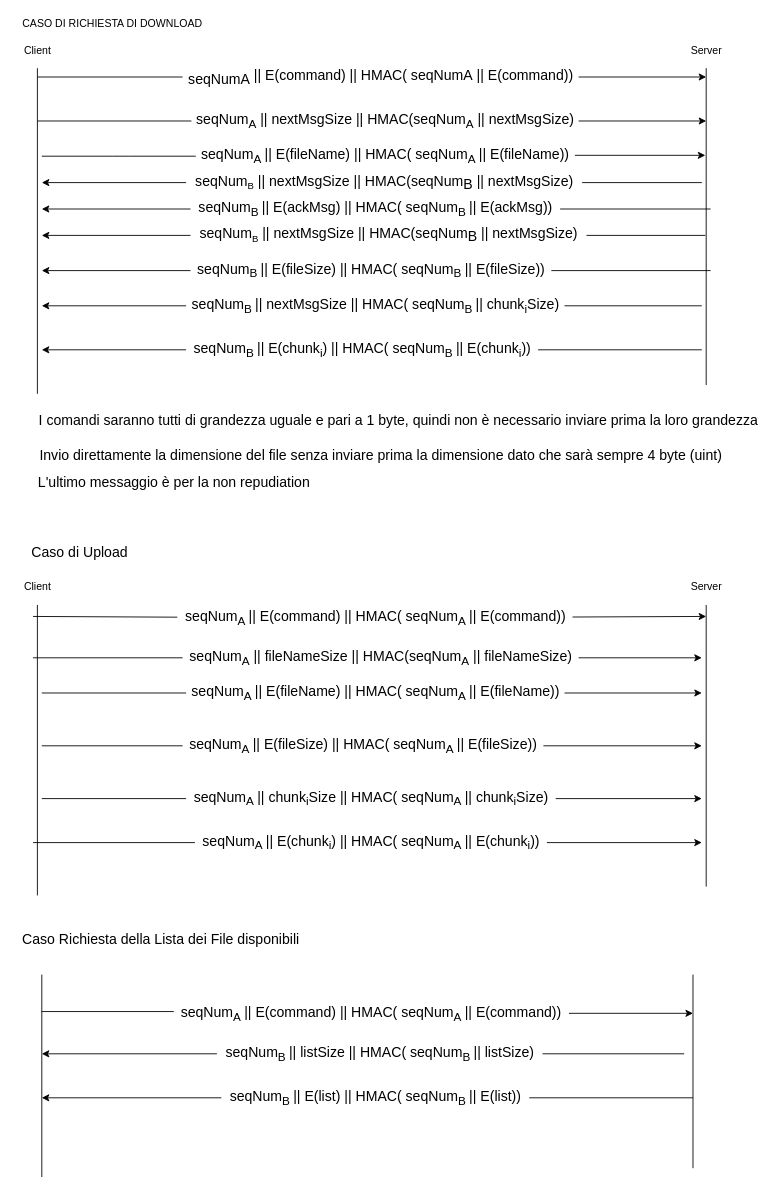
Above: schemes/SecondPhase.drawio in fontanellileonardo/Secure-File-Transfer (draw.io), before the change. Source tidied: cells renumbered, new cells numbered last; positions are measured from the earlier drawing's top-left corner, leaving out a move shared by most shapes. Both pictures are drawn from the tidied source at 88%, with x=0, y=0 at pixel (15, 15).
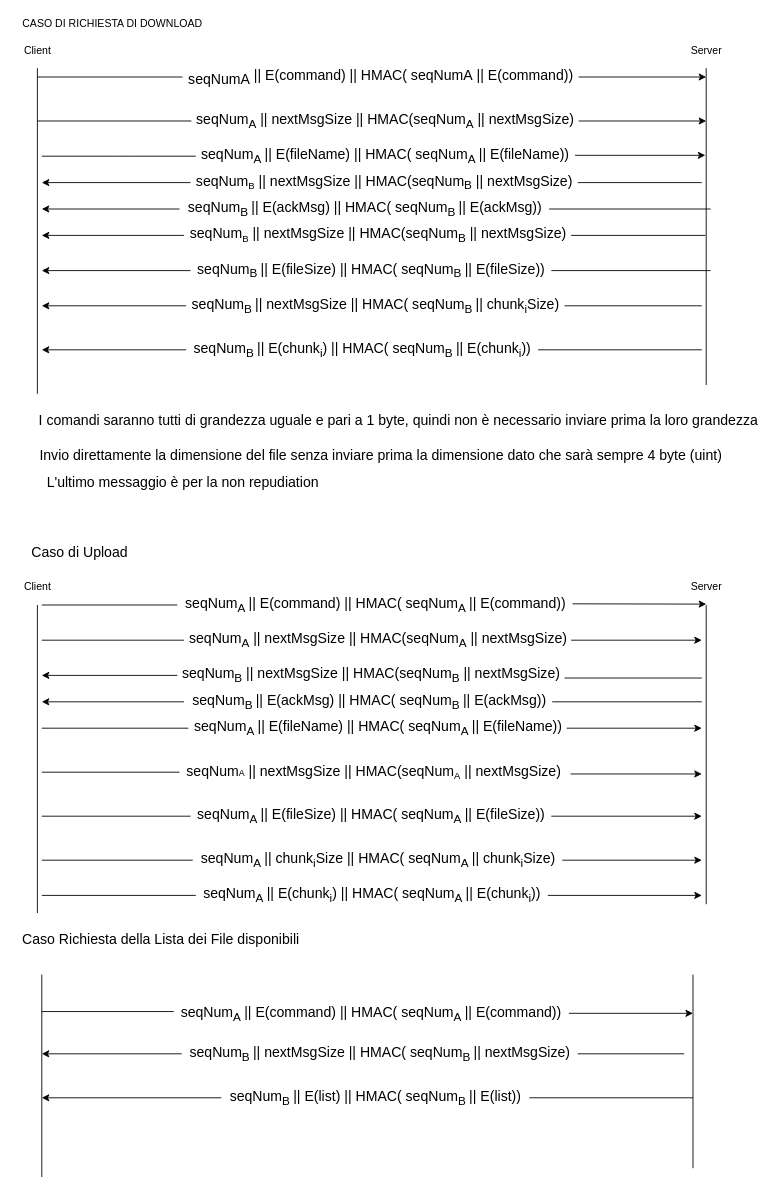
After the change.

Change to the diagram source:
```diff
@@
     <mxCell id="13" value="L'ultimo messaggio è per la non repudiation" style="text;html=1;align=center;verticalAlign=middle;fontSize=16;" parent="1" vertex="1">
-      <mxGeometry x="20" y="520" width="320" height="20" as="geometry" />
+      <mxGeometry x="30" y="520" width="320" height="20" as="geometry" />
     </mxCell>
@@
     <mxCell id="15" style="endArrow=none;html=1;" parent="1" edge="1">
       <mxGeometry relative="1" as="geometry">
-        <mxPoint x="25" y="1000" as="sourcePoint" />
+        <mxPoint x="25" y="1020" as="sourcePoint" />
         <mxPoint x="25" y="670" as="targetPoint" />
       </mxGeometry>
     </mxCell>
     <mxCell id="16" style="endArrow=none;html=1;" parent="1" edge="1">
       <mxGeometry relative="1" as="geometry">
-        <mxPoint x="785" y="990" as="sourcePoint" />
+        <mxPoint x="785" y="1010" as="sourcePoint" />
         <mxPoint x="785" y="670" as="targetPoint" />
       </mxGeometry>
     </mxCell>
@@
     <mxCell id="19" style="endArrow=classic;html=1;exitX=0.998;exitY=0.433;exitDx=0;exitDy=0;exitPerimeter=0;" parent="1" edge="1" source="38">
       <mxGeometry relative="1" as="geometry">
-        <mxPoint x="785" y="683" as="targetPoint" />
+        <mxPoint x="785" y="669" as="targetPoint" />
       </mxGeometry>
     </mxCell>
     <mxCell id="20" style="endArrow=classic;html=1;" parent="1" edge="1" source="40">
       <mxGeometry relative="1" as="geometry">
-        <mxPoint x="780" y="770" as="targetPoint" />
+        <mxPoint x="780" y="810" as="targetPoint" />
       </mxGeometry>
     </mxCell>
     <mxCell id="21" style="endArrow=classic;html=1;endFill=1;startArrow=none;startFill=0;" parent="1" edge="1" source="44">
       <mxGeometry relative="1" as="geometry">
-        <mxPoint x="780" y="890" as="targetPoint" />
+        <mxPoint x="780" y="960" as="targetPoint" />
       </mxGeometry>
     </mxCell>
     <mxCell id="22" style="endArrow=classic;html=1;fontSize=16;" parent="1" edge="1" source="46">
       <mxGeometry relative="1" as="geometry">
-        <mxPoint x="780" y="940" as="targetPoint" />
+        <mxPoint x="780" y="1000" as="targetPoint" />
       </mxGeometry>
     </mxCell>
     <mxCell id="23" style="endArrow=classic;html=1;fontSize=16;" parent="1" edge="1" source="42">
       <mxGeometry relative="1" as="geometry">
-        <mxPoint x="780" y="830" as="targetPoint" />
+        <mxPoint x="780" y="910" as="targetPoint" />
       </mxGeometry>
     </mxCell>
@@
     <mxCell id="38" value="&lt;font style=&quot;font-size: 16px&quot;&gt;seqNum&lt;span style=&quot;font-size: 16px&quot;&gt;&lt;sub&gt;A&lt;/sub&gt;&lt;/span&gt;&lt;sub&gt;&amp;nbsp;&lt;/sub&gt;|| E(command) ||&amp;nbsp;HMAC(&amp;nbsp;seqNum&lt;sub&gt;A&lt;/sub&gt;&lt;sub&gt;&amp;nbsp;&lt;/sub&gt;|| E(command))&lt;/font&gt;" style="text;html=1;align=center;verticalAlign=middle;points=[];" parent="1" vertex="1">
-      <mxGeometry x="184" y="675" width="450" height="20" as="geometry" />
+      <mxGeometry x="184" y="660" width="450" height="20" as="geometry" />
     </mxCell>
     <mxCell id="39" style="endArrow=none;html=1;endFill=0;" parent="1" edge="1" target="38">
       <mxGeometry relative="1" as="geometry">
-        <mxPoint x="20" y="683" as="sourcePoint" />
+        <mxPoint x="30" y="670" as="sourcePoint" />
       </mxGeometry>
     </mxCell>
     <mxCell id="40" value="&lt;font style=&quot;font-size: 16px&quot;&gt;&lt;span style=&quot;font-size: medium&quot;&gt;seqNum&lt;sub&gt;A&lt;/sub&gt;&lt;/span&gt;&lt;sub&gt;&amp;nbsp;&lt;/sub&gt;|| E(fileName) ||&amp;nbsp;HMAC(&amp;nbsp;&lt;span style=&quot;font-size: medium&quot;&gt;seqNum&lt;sub&gt;A&lt;/sub&gt;&lt;/span&gt;&lt;sub&gt;&amp;nbsp;&lt;/sub&gt;|| E(fileName))&lt;/font&gt;" style="text;html=1;align=center;verticalAlign=middle;points=[];" parent="1" vertex="1">
-      <mxGeometry x="194" y="760" width="430" height="20" as="geometry" />
+      <mxGeometry x="196.5" y="800" width="430" height="20" as="geometry" />
     </mxCell>
     <mxCell id="41" style="endArrow=none;html=1;endFill=0;" parent="1" edge="1" target="40">
       <mxGeometry relative="1" as="geometry">
-        <mxPoint x="30" y="770" as="sourcePoint" />
+        <mxPoint x="30" y="810" as="sourcePoint" />
       </mxGeometry>
     </mxCell>
     <mxCell id="42" value="&lt;font style=&quot;font-size: 16px&quot;&gt;seqNum&lt;sub&gt;A&lt;/sub&gt;&lt;sub&gt;&amp;nbsp;&lt;/sub&gt;|| E(fileSize) ||&amp;nbsp;HMAC(&amp;nbsp;seqNum&lt;sub&gt;A&lt;/sub&gt;&lt;sub&gt;&amp;nbsp;&lt;/sub&gt;|| E(fileSize))&lt;/font&gt;" style="text;html=1;align=center;verticalAlign=middle;points=[];" parent="1" vertex="1">
-      <mxGeometry x="190" y="820" width="410" height="20" as="geometry" />
+      <mxGeometry x="199" y="900" width="410" height="20" as="geometry" />
     </mxCell>
     <mxCell id="43" style="endArrow=none;html=1;fontSize=16;endFill=0;" parent="1" edge="1" target="42">
       <mxGeometry relative="1" as="geometry">
-        <mxPoint x="30" y="830" as="sourcePoint" />
+        <mxPoint x="30" y="910" as="sourcePoint" />
       </mxGeometry>
     </mxCell>
     <mxCell id="44" value="&lt;font style=&quot;font-size: 16px&quot;&gt;&lt;span style=&quot;font-size: medium&quot;&gt;seqNum&lt;/span&gt;&lt;sub&gt;A&lt;/sub&gt;&lt;sub&gt;&amp;nbsp;&lt;/sub&gt;|| chunk&lt;sub&gt;i&lt;/sub&gt;Size ||&amp;nbsp;HMAC(&amp;nbsp;&lt;span style=&quot;font-size: medium&quot;&gt;seqNum&lt;/span&gt;&lt;sub&gt;A&lt;/sub&gt;&lt;sub&gt;&amp;nbsp;&lt;/sub&gt;||&amp;nbsp;chunk&lt;sub&gt;i&lt;/sub&gt;Size)&lt;/font&gt;" style="text;html=1;align=center;verticalAlign=middle;points=[];" parent="1" vertex="1">
-      <mxGeometry x="194" y="880" width="420" height="20" as="geometry" />
+      <mxGeometry x="201.5" y="950" width="420" height="20" as="geometry" />
     </mxCell>
     <mxCell id="45" style="endArrow=none;html=1;endFill=0;startArrow=none;startFill=0;" parent="1" edge="1" target="44">
       <mxGeometry relative="1" as="geometry">
-        <mxPoint x="30" y="890" as="sourcePoint" />
+        <mxPoint x="30" y="960" as="sourcePoint" />
       </mxGeometry>
     </mxCell>
     <mxCell id="46" value="&lt;font style=&quot;font-size: 16px&quot;&gt;seqNum&lt;sub&gt;A&lt;/sub&gt;&lt;sub&gt;&amp;nbsp;&lt;/sub&gt;|| E(chunk&lt;sub&gt;i&lt;/sub&gt;)&amp;nbsp;||&amp;nbsp;HMAC(&amp;nbsp;seqNum&lt;sub&gt;A&lt;/sub&gt;&lt;sub&gt;&amp;nbsp;&lt;/sub&gt;|| E(chunk&lt;sub&gt;i&lt;/sub&gt;))&lt;/font&gt;" style="text;html=1;align=center;verticalAlign=middle;points=[];" parent="1" vertex="1">
-      <mxGeometry x="204" y="930" width="400" height="20" as="geometry" />
+      <mxGeometry x="205" y="990" width="400" height="20" as="geometry" />
     </mxCell>
     <mxCell id="47" style="endArrow=none;html=1;fontSize=16;endFill=0;" parent="1" edge="1" target="46">
       <mxGeometry relative="1" as="geometry">
-        <mxPoint x="20" y="940" as="sourcePoint" />
+        <mxPoint x="30" y="1000" as="sourcePoint" />
       </mxGeometry>
     </mxCell>
@@
-    <mxCell id="50" value="&lt;font style=&quot;font-size: 16px&quot;&gt;seqNum&lt;sub&gt;B&amp;nbsp;&lt;/sub&gt;|| listSize ||&amp;nbsp;HMAC(&amp;nbsp;seqNum&lt;sub&gt;B&amp;nbsp;&lt;/sub&gt;|| listSize)&lt;/font&gt;" style="text;html=1;align=center;verticalAlign=middle;points=[];" parent="1" vertex="1">
-      <mxGeometry x="229" y="1170" width="370" height="20" as="geometry" />
+    <mxCell id="50" value="&lt;font style=&quot;font-size: 16px&quot;&gt;seqNum&lt;sub&gt;B&amp;nbsp;&lt;/sub&gt;|| nextMsgSize ||&amp;nbsp;HMAC(&amp;nbsp;seqNum&lt;sub&gt;B&amp;nbsp;&lt;/sub&gt;|| nextMsgSize)&lt;/font&gt;" style="text;html=1;align=center;verticalAlign=middle;points=[];" parent="1" vertex="1">
+      <mxGeometry x="189" y="1170" width="450" height="20" as="geometry" />
     </mxCell>
@@
     <mxCell id="60" style="endArrow=classic;html=1;" parent="1" edge="1" source="61">
       <mxGeometry relative="1" as="geometry">
-        <mxPoint x="780" y="730" as="targetPoint" />
+        <mxPoint x="780" y="710" as="targetPoint" />
       </mxGeometry>
     </mxCell>
-    <mxCell id="61" value="&lt;font style=&quot;font-size: 16px&quot;&gt;&lt;font style=&quot;font-size: 16px&quot;&gt;seqNum&lt;sub&gt;A&lt;/sub&gt;&amp;nbsp;|| fileNameSize || HMAC(seqNum&lt;sub&gt;A&lt;/sub&gt;&amp;nbsp;|| fileNameSize&lt;/font&gt;&lt;font style=&quot;font-size: 16px&quot;&gt;)&lt;/font&gt;&lt;/font&gt;" style="text;html=1;align=center;verticalAlign=middle;points=[];" parent="1" vertex="1">
-      <mxGeometry x="190" y="720" width="450" height="20" as="geometry" />
+    <mxCell id="61" value="&lt;font style=&quot;font-size: 16px&quot;&gt;&lt;font style=&quot;font-size: 16px&quot;&gt;seqNum&lt;sub&gt;A&lt;/sub&gt;&amp;nbsp;|| nextMsgSize || HMAC(seqNum&lt;sub&gt;A&lt;/sub&gt;&amp;nbsp;|| nextMsgSize&lt;/font&gt;&lt;font style=&quot;font-size: 16px&quot;&gt;)&lt;/font&gt;&lt;/font&gt;" style="text;html=1;align=center;verticalAlign=middle;points=[];" parent="1" vertex="1">
+      <mxGeometry x="191.5" y="700" width="440" height="20" as="geometry" />
     </mxCell>
     <mxCell id="62" style="endArrow=none;html=1;endFill=0;" parent="1" edge="1" target="61">
       <mxGeometry relative="1" as="geometry">
-        <mxPoint x="20" y="730" as="sourcePoint" />
+        <mxPoint x="30" y="710" as="sourcePoint" />
       </mxGeometry>
     </mxCell>
@@
-    <mxCell id="64" value="&lt;font&gt;&lt;font style=&quot;font-size: 16px&quot;&gt;seqNum&lt;/font&gt;&lt;font&gt;&lt;font size=&quot;2&quot;&gt;&lt;sub&gt;B&lt;/sub&gt;&lt;/font&gt;&lt;font size=&quot;3&quot;&gt;&amp;nbsp;|| nextMsgSize || HMAC(seqNum&lt;/font&gt;&lt;sub style=&quot;font-size: 16px&quot;&gt;B&lt;/sub&gt;&lt;font size=&quot;3&quot;&gt;&amp;nbsp;|| nextMsgSize&lt;/font&gt;&lt;/font&gt;&lt;font style=&quot;font-size: 16px&quot;&gt;)&lt;/font&gt;&lt;/font&gt;" style="text;html=1;align=center;verticalAlign=middle;points=[];" parent="1" vertex="1">
-      <mxGeometry x="199" y="240" width="450" height="20" as="geometry" />
+    <mxCell id="64" value="&lt;font&gt;&lt;font style=&quot;font-size: 16px&quot;&gt;seqNum&lt;/font&gt;&lt;font&gt;&lt;font size=&quot;2&quot;&gt;&lt;sub&gt;B&lt;/sub&gt;&lt;/font&gt;&lt;font size=&quot;3&quot;&gt;&amp;nbsp;|| nextMsgSize || HMAC(seqNum&lt;/font&gt;&lt;span style=&quot;font-size: 16px&quot;&gt;&lt;sub&gt;B&lt;/sub&gt;&lt;/span&gt;&lt;font size=&quot;3&quot;&gt;&amp;nbsp;|| nextMsgSize&lt;/font&gt;&lt;/font&gt;&lt;font style=&quot;font-size: 16px&quot;&gt;)&lt;/font&gt;&lt;/font&gt;" style="text;html=1;align=center;verticalAlign=middle;points=[];" parent="1" vertex="1">
+      <mxGeometry x="191.5" y="240" width="440" height="20" as="geometry" />
     </mxCell>
@@
-    <mxCell id="67" value="&lt;font&gt;&lt;font style=&quot;font-size: 16px&quot;&gt;seqNum&lt;/font&gt;&lt;font&gt;&lt;font size=&quot;2&quot;&gt;&lt;sub&gt;B&lt;/sub&gt;&lt;/font&gt;&lt;font size=&quot;3&quot;&gt;&amp;nbsp;|| nextMsgSize || HMAC(seqNum&lt;/font&gt;&lt;sub style=&quot;font-size: 16px&quot;&gt;B&lt;/sub&gt;&lt;font size=&quot;3&quot;&gt;&amp;nbsp;|| nextMsgSize&lt;/font&gt;&lt;/font&gt;&lt;font style=&quot;font-size: 16px&quot;&gt;)&lt;/font&gt;&lt;/font&gt;" style="text;html=1;align=center;verticalAlign=middle;points=[];" parent="1" vertex="1">
-      <mxGeometry x="194" y="180" width="450" height="20" as="geometry" />
+    <mxCell id="67" value="&lt;font&gt;&lt;font style=&quot;font-size: 16px&quot;&gt;seqNum&lt;/font&gt;&lt;font&gt;&lt;font size=&quot;2&quot;&gt;&lt;sub&gt;B&lt;/sub&gt;&lt;/font&gt;&lt;font size=&quot;3&quot;&gt;&amp;nbsp;|| nextMsgSize || HMAC(seqNum&lt;/font&gt;&lt;span style=&quot;font-size: 16px&quot;&gt;&lt;sub&gt;B&lt;/sub&gt;&lt;/span&gt;&lt;font size=&quot;3&quot;&gt;&amp;nbsp;|| nextMsgSize&lt;/font&gt;&lt;/font&gt;&lt;font style=&quot;font-size: 16px&quot;&gt;)&lt;/font&gt;&lt;/font&gt;" style="text;html=1;align=center;verticalAlign=middle;points=[];" parent="1" vertex="1">
+      <mxGeometry x="199" y="180" width="440" height="20" as="geometry" />
     </mxCell>
@@
     <mxCell id="70" value="&lt;font style=&quot;font-size: 16px&quot;&gt;seqNum&lt;sub&gt;B&amp;nbsp;&lt;/sub&gt;|| E(ackMsg) ||&amp;nbsp;HMAC(&amp;nbsp;seqNum&lt;sub&gt;B&amp;nbsp;&lt;/sub&gt;|| E(ackMsg))&lt;/font&gt;" style="text;html=1;align=center;verticalAlign=middle;points=[];" parent="1" vertex="1">
-      <mxGeometry x="199" y="210" width="420" height="20" as="geometry" />
+      <mxGeometry x="186.5" y="210" width="420" height="20" as="geometry" />
     </mxCell>
@@
+    <mxCell id="72" value="&lt;font&gt;&lt;font style=&quot;font-size: 16px&quot;&gt;seqNum&lt;/font&gt;&lt;font size=&quot;1&quot;&gt;A&lt;/font&gt;&lt;font&gt;&lt;font size=&quot;3&quot;&gt;&amp;nbsp;|| nextMsgSize || HMAC(seqNum&lt;/font&gt;&lt;font size=&quot;2&quot;&gt;&lt;sub&gt;A&lt;/sub&gt;&lt;/font&gt;&lt;font size=&quot;3&quot;&gt;&amp;nbsp;|| nextMsgSize&lt;/font&gt;&lt;/font&gt;&lt;font style=&quot;font-size: 16px&quot;&gt;)&lt;/font&gt;&lt;/font&gt;" style="text;html=1;align=center;verticalAlign=middle;points=[];" parent="1" vertex="1">
+      <mxGeometry x="186.5" y="850" width="440" height="20" as="geometry" />
+    </mxCell>
+    <mxCell id="73" style="endArrow=none;html=1;fontSize=16;endFill=0;" parent="1" edge="1" target="72">
+      <mxGeometry relative="1" as="geometry">
+        <mxPoint x="30" y="860" as="sourcePoint" />
+      </mxGeometry>
+    </mxCell>
+    <mxCell id="74" style="endArrow=classic;html=1;fontSize=16;exitX=1.01;exitY=0.6;exitDx=0;exitDy=0;exitPerimeter=0;" parent="1" edge="1" source="72">
+      <mxGeometry relative="1" as="geometry">
+        <mxPoint x="780" y="862" as="targetPoint" />
+      </mxGeometry>
+    </mxCell>
+    <mxCell id="75" value="&lt;font style=&quot;font-size: 16px&quot;&gt;&lt;font style=&quot;font-size: 16px&quot;&gt;seqNum&lt;/font&gt;&lt;font style=&quot;font-size: 16px&quot;&gt;&lt;font style=&quot;font-size: 16px&quot;&gt;&lt;sub&gt;B&lt;/sub&gt;&lt;/font&gt;&lt;font style=&quot;font-size: 16px&quot;&gt;&amp;nbsp;|| nextMsgSize || HMAC(seqNum&lt;/font&gt;&lt;span style=&quot;font-size: 16px&quot;&gt;&lt;sub&gt;B&lt;/sub&gt;&lt;/span&gt;&lt;font style=&quot;font-size: 16px&quot;&gt;&amp;nbsp;|| nextMsgSize&lt;/font&gt;&lt;/font&gt;&lt;font style=&quot;font-size: 16px&quot;&gt;)&lt;/font&gt;&lt;/font&gt;" style="text;html=1;align=center;verticalAlign=middle;points=[];" parent="1" vertex="1">
+      <mxGeometry x="184" y="740" width="440" height="20" as="geometry" />
+    </mxCell>
+    <mxCell id="76" value="&lt;font style=&quot;font-size: 16px&quot;&gt;seqNum&lt;sub&gt;B&amp;nbsp;&lt;/sub&gt;|| E(ackMsg) ||&amp;nbsp;HMAC(&amp;nbsp;seqNum&lt;sub&gt;B&amp;nbsp;&lt;/sub&gt;|| E(ackMsg))&lt;/font&gt;" style="text;html=1;align=center;verticalAlign=middle;points=[];" parent="1" vertex="1">
+      <mxGeometry x="191.5" y="770" width="420" height="20" as="geometry" />
+    </mxCell>
+    <mxCell id="77" style="endArrow=none;html=1;endFill=0;entryX=0;entryY=0.5;entryDx=0;entryDy=0;entryPerimeter=0;startArrow=classic;startFill=1;" parent="1" edge="1" target="75">
+      <mxGeometry relative="1" as="geometry">
+        <mxPoint x="30" y="750" as="sourcePoint" />
+      </mxGeometry>
+    </mxCell>
+    <mxCell id="78" style="endArrow=none;html=1;endFill=0;startArrow=classic;startFill=1;" parent="1" edge="1" target="76">
+      <mxGeometry relative="1" as="geometry">
+        <mxPoint x="30" y="780" as="sourcePoint" />
+      </mxGeometry>
+    </mxCell>
+    <mxCell id="79" style="endArrow=none;html=1;endFill=0;exitX=1;exitY=0.65;exitDx=0;exitDy=0;exitPerimeter=0;" parent="1" edge="1" source="75">
+      <mxGeometry relative="1" as="geometry">
+        <mxPoint x="780" y="753" as="targetPoint" />
+      </mxGeometry>
+    </mxCell>
+    <mxCell id="80" style="endArrow=none;html=1;endFill=0;" parent="1" edge="1">
+      <mxGeometry relative="1" as="geometry">
+        <mxPoint x="610" y="780" as="sourcePoint" />
+        <mxPoint x="780" y="780" as="targetPoint" />
+      </mxGeometry>
+    </mxCell>
```
